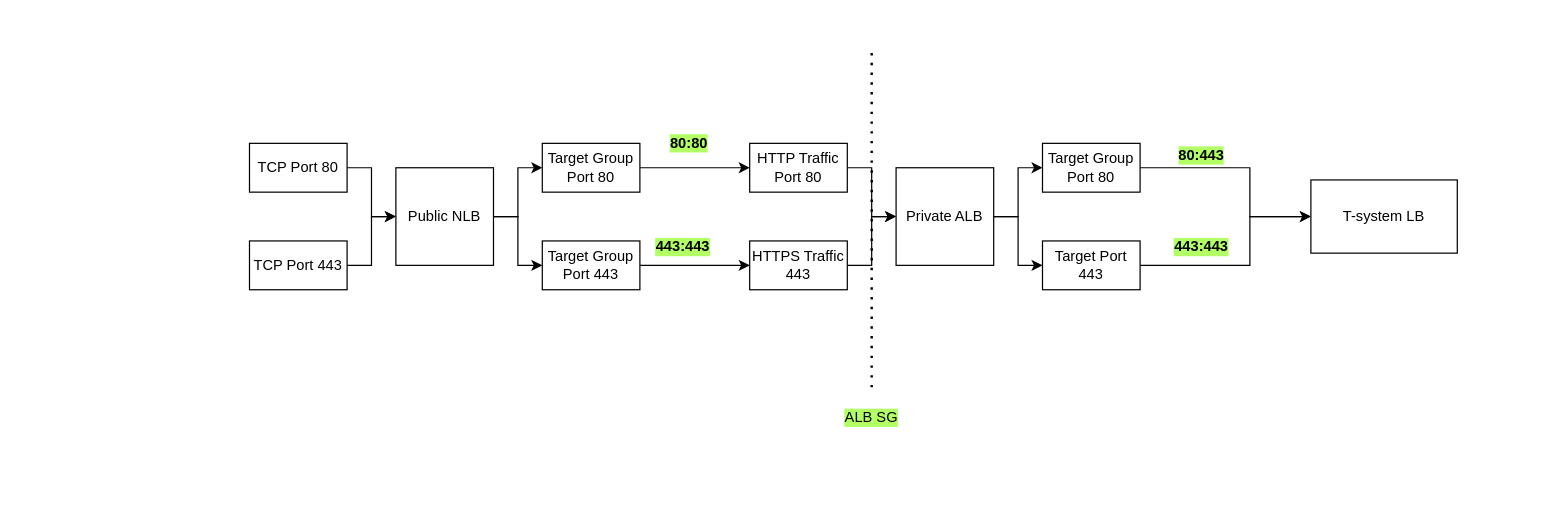
The draw.io diagram Untitled Diagram.drawio in achalvats/draw.io_diagrams, before the edit. Source tidied: cells renumbered, new cells numbered last; positions are measured from the earlier drawing's top-left corner, leaving out a move shared by most shapes. Both pictures are drawn from the tidied source at 122%, with x=0, y=0 at pixel (249, 45).
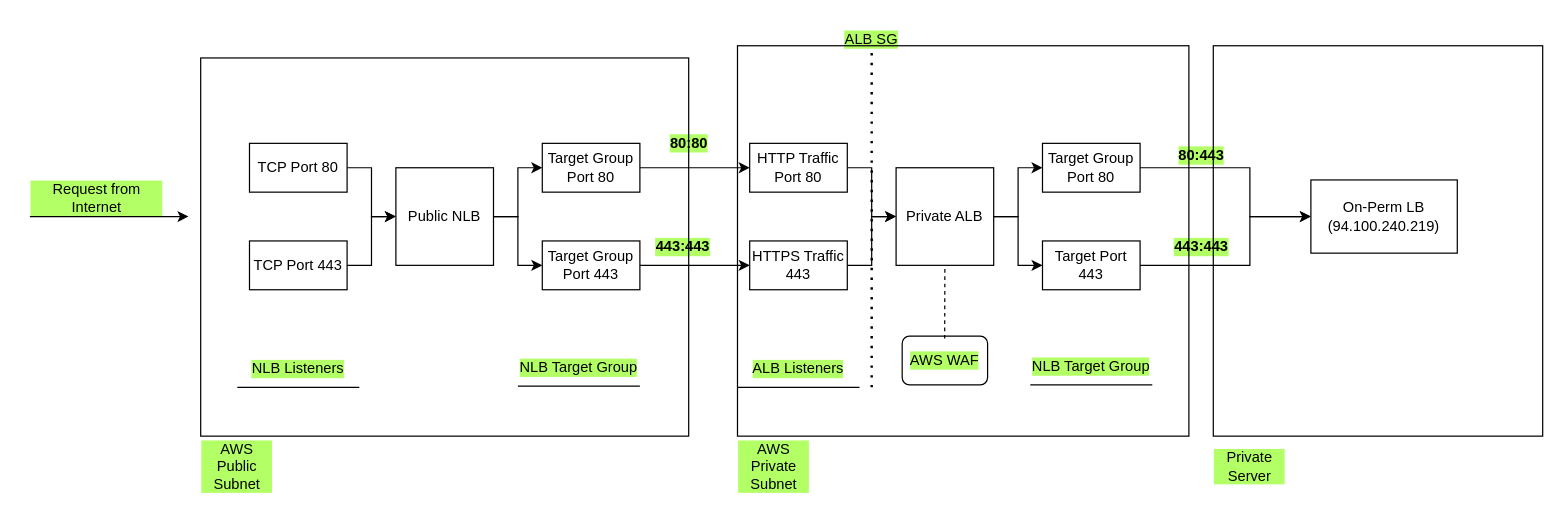
The same page after the edit.

Change to the diagram source:
```diff
@@
-    <mxCell id="25" value="T-system LB" style="rounded=0;whiteSpace=wrap;html=1;labelBackgroundColor=none;" parent="1" vertex="1">
+    <mxCell id="25" value="On-Perm LB (&lt;span class=&quot;col-s-10 col-xxs-12 linkifyWrapper--3jj-MXH70a&quot;&gt;94.100.240.219)&lt;/span&gt;" style="rounded=0;whiteSpace=wrap;html=1;labelBackgroundColor=none;" parent="1" vertex="1">
       <mxGeometry x="870" y="110" width="120" height="60" as="geometry" />
     </mxCell>
@@
     <mxCell id="30" value="ALB SG" style="text;html=1;strokeColor=none;fillColor=none;align=center;verticalAlign=middle;whiteSpace=wrap;rounded=0;labelBackgroundColor=#B3FF66;" parent="1" vertex="1">
-      <mxGeometry x="480" y="290" width="60" height="30" as="geometry" />
+      <mxGeometry x="480" y="-20" width="60" height="30" as="geometry" />
     </mxCell>
+    <mxCell id="31" style="endArrow=none;html=1;rounded=0;" parent="1" edge="1">
+      <mxGeometry relative="1" as="geometry">
+        <mxPoint x="-10" y="280" as="sourcePoint" />
+        <mxPoint x="90" y="280" as="targetPoint" />
+      </mxGeometry>
+    </mxCell>
+    <mxCell id="32" value="NLB Listeners" style="text;html=1;strokeColor=none;fillColor=none;align=center;verticalAlign=middle;whiteSpace=wrap;rounded=0;labelBackgroundColor=#B3FF66;" parent="1" vertex="1">
+      <mxGeometry x="-10" y="250" width="100" height="30" as="geometry" />
+    </mxCell>
+    <mxCell id="33" style="endArrow=none;html=1;rounded=0;" parent="1" edge="1">
+      <mxGeometry relative="1" as="geometry">
+        <mxPoint x="400" y="280" as="sourcePoint" />
+        <mxPoint x="500" y="280" as="targetPoint" />
+      </mxGeometry>
+    </mxCell>
+    <mxCell id="34" value="ALB Listeners" style="text;html=1;strokeColor=none;fillColor=none;align=center;verticalAlign=middle;whiteSpace=wrap;rounded=0;labelBackgroundColor=#B3FF66;" parent="1" vertex="1">
+      <mxGeometry x="400" y="250" width="100" height="30" as="geometry" />
+    </mxCell>
+    <mxCell id="35" style="endArrow=none;html=1;rounded=0;" parent="1" edge="1">
+      <mxGeometry relative="1" as="geometry">
+        <mxPoint x="220" y="279" as="sourcePoint" />
+        <mxPoint x="320" y="279" as="targetPoint" />
+      </mxGeometry>
+    </mxCell>
+    <mxCell id="36" value="NLB Target Group" style="text;html=1;strokeColor=none;fillColor=none;align=center;verticalAlign=middle;whiteSpace=wrap;rounded=0;labelBackgroundColor=#B3FF66;" parent="1" vertex="1">
+      <mxGeometry x="220" y="249" width="100" height="30" as="geometry" />
+    </mxCell>
+    <mxCell id="37" style="endArrow=none;html=1;rounded=0;" parent="1" edge="1">
+      <mxGeometry relative="1" as="geometry">
+        <mxPoint x="640" y="278" as="sourcePoint" />
+        <mxPoint x="740" y="278" as="targetPoint" />
+      </mxGeometry>
+    </mxCell>
+    <mxCell id="38" value="NLB Target Group" style="text;html=1;strokeColor=none;fillColor=none;align=center;verticalAlign=middle;whiteSpace=wrap;rounded=0;labelBackgroundColor=#B3FF66;" parent="1" vertex="1">
+      <mxGeometry x="640" y="248" width="100" height="30" as="geometry" />
+    </mxCell>
+    <mxCell id="39" style="endArrow=classic;html=1;rounded=0;" parent="1" edge="1">
+      <mxGeometry relative="1" as="geometry">
+        <mxPoint x="-180" y="140" as="sourcePoint" />
+        <mxPoint x="-50" y="140" as="targetPoint" />
+      </mxGeometry>
+    </mxCell>
+    <mxCell id="40" value="Request from Internet" style="text;html=1;strokeColor=none;fillColor=none;align=center;verticalAlign=middle;whiteSpace=wrap;rounded=0;labelBackgroundColor=#B3FF66;" parent="1" vertex="1">
+      <mxGeometry x="-180" y="110" width="110" height="30" as="geometry" />
+    </mxCell>
+    <mxCell id="41" style="rounded=0;whiteSpace=wrap;html=1;labelBackgroundColor=#B3FF66;fillColor=none;gradientColor=none;" parent="1" vertex="1">
+      <mxGeometry x="-40" y="10" width="400" height="310" as="geometry" />
+    </mxCell>
+    <mxCell id="42" value="AWS Public Subnet" style="text;html=1;strokeColor=none;fillColor=none;align=center;verticalAlign=middle;whiteSpace=wrap;rounded=0;labelBackgroundColor=#B3FF66;" parent="1" vertex="1">
+      <mxGeometry x="-40" y="330" width="60" height="30" as="geometry" />
+    </mxCell>
+    <mxCell id="43" style="rounded=0;whiteSpace=wrap;html=1;labelBackgroundColor=#B3FF66;fillColor=none;gradientColor=none;" parent="1" vertex="1">
+      <mxGeometry x="400" width="370" height="320" as="geometry" />
+    </mxCell>
+    <mxCell id="44" value="AWS Private Subnet" style="text;html=1;strokeColor=none;fillColor=none;align=center;verticalAlign=middle;whiteSpace=wrap;rounded=0;labelBackgroundColor=#B3FF66;" parent="1" vertex="1">
+      <mxGeometry x="400" y="330" width="60" height="30" as="geometry" />
+    </mxCell>
+    <mxCell id="45" style="rounded=0;whiteSpace=wrap;html=1;labelBackgroundColor=#B3FF66;fillColor=none;gradientColor=none;" parent="1" vertex="1">
+      <mxGeometry x="790" width="270" height="320" as="geometry" />
+    </mxCell>
+    <mxCell id="46" value="Private Server" style="text;html=1;strokeColor=none;fillColor=none;align=center;verticalAlign=middle;whiteSpace=wrap;rounded=0;labelBackgroundColor=#B3FF66;" parent="1" vertex="1">
+      <mxGeometry x="790" y="330" width="60" height="30" as="geometry" />
+    </mxCell>
+    <mxCell id="47" style="endArrow=none;dashed=1;html=1;rounded=0;exitX=0.459;exitY=0.75;exitDx=0;exitDy=0;exitPerimeter=0;" parent="1" edge="1" source="43">
+      <mxGeometry relative="1" as="geometry">
+        <mxPoint x="570" y="180" as="targetPoint" />
+      </mxGeometry>
+    </mxCell>
+    <mxCell id="48" value="AWS WAF" style="rounded=1;whiteSpace=wrap;html=1;labelBackgroundColor=#B3FF66;fillColor=none;gradientColor=none;" parent="1" vertex="1">
+      <mxGeometry x="535" y="238" width="70" height="40" as="geometry" />
+    </mxCell>
```
